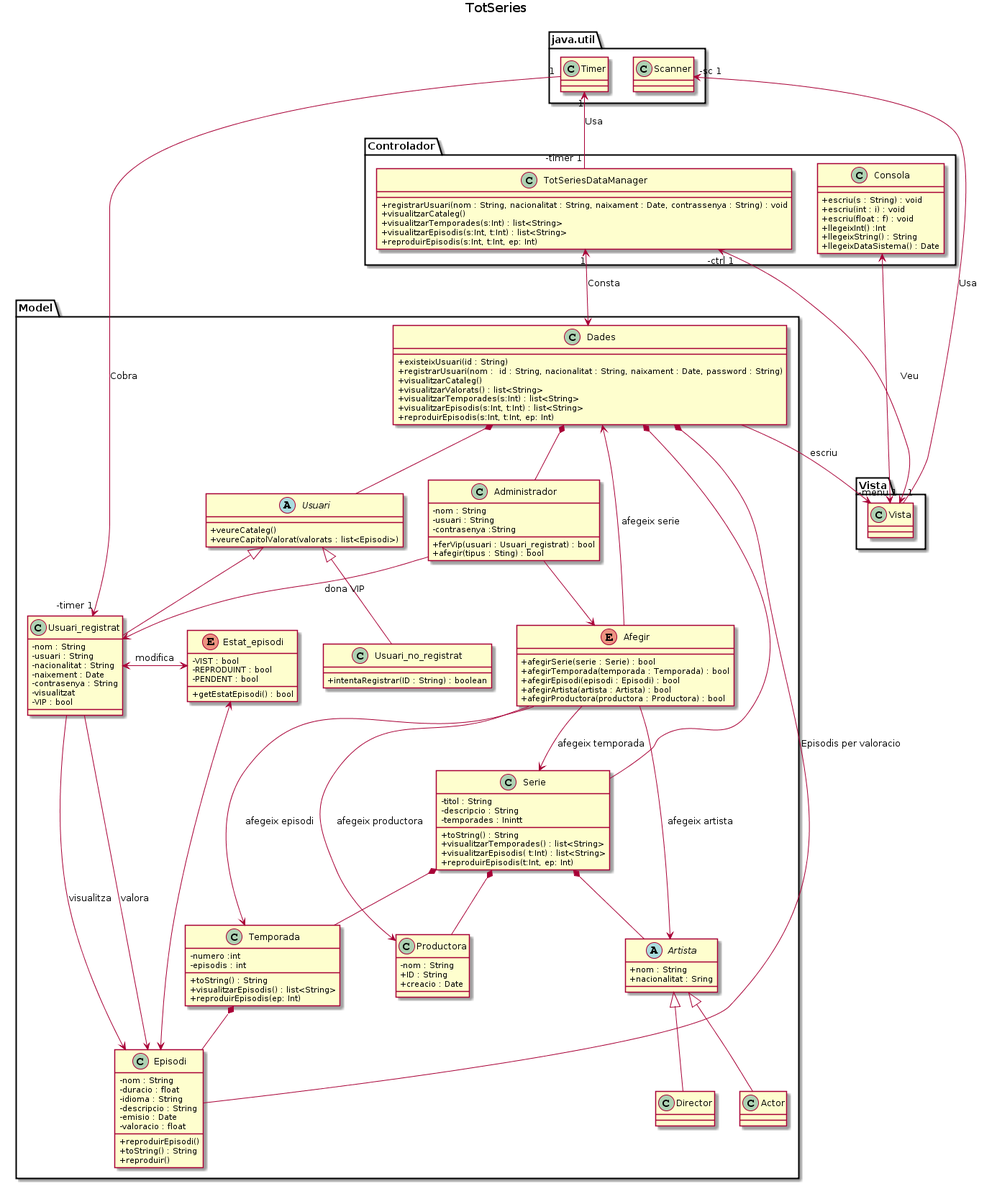
Above: Lab5/GrupA_BergantiñosAngelDiazFranciscoL1b/DCD/DCD.png in Ralleg314/DS (PlantUML), before the change.
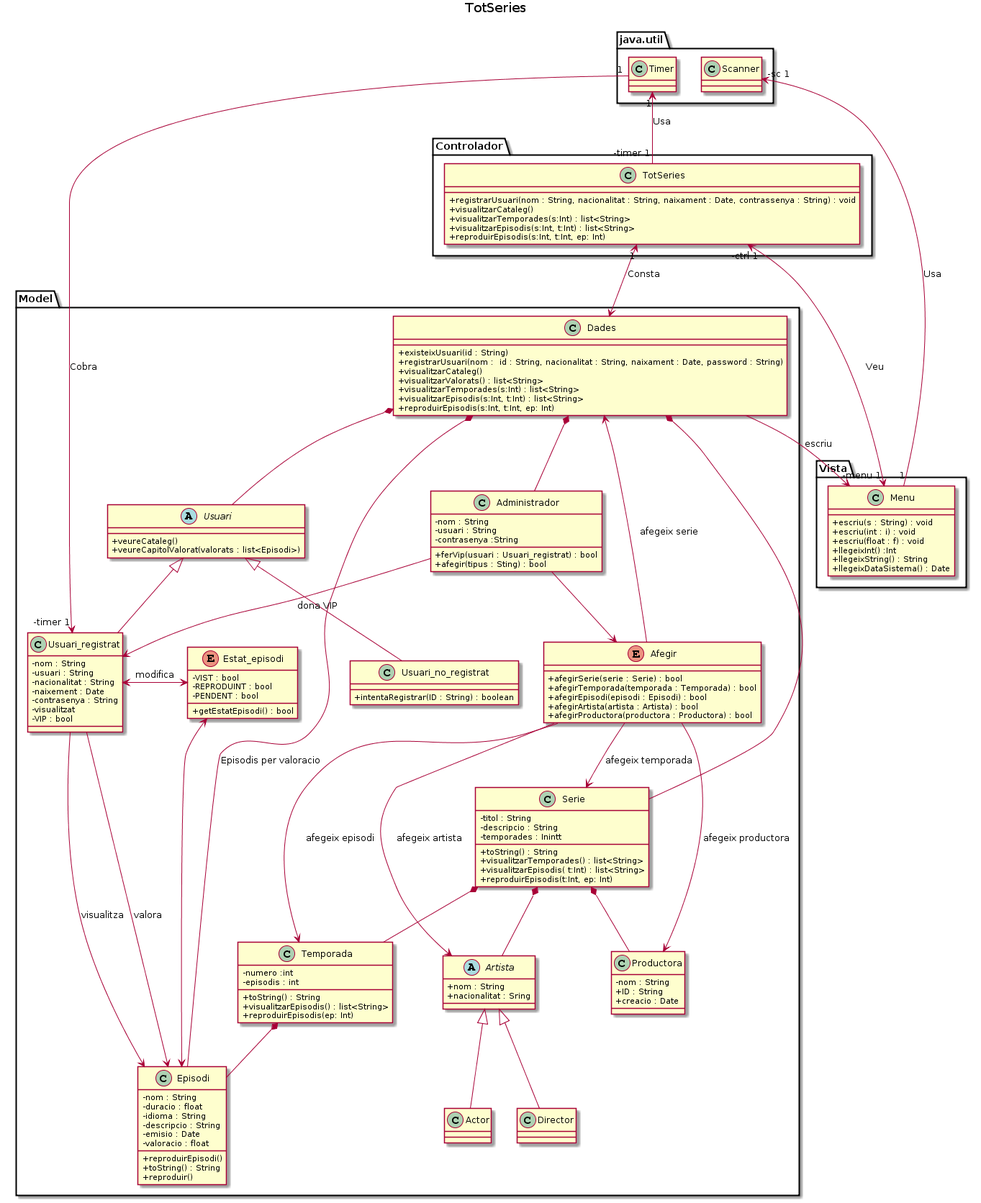
The same diagram one commit later.

The edit, as a diff of the source:
```diff
@@ -8,26 +8,23 @@
 }
 
 namespace Vista {
-    class Vista {
-    }
-}
-
-namespace Controlador {
-    class TotSeriesDataManager{
-        + registrarUsuari(nom : String, nacionalitat : String, naixament : Date, contrassenya : String) : void
-        +visualitzarCataleg()
-        +visualitzarTemporades(s:Int) : list<String>
-        +visualitzarEpisodis(s:Int, t:Int) : list<String>
-        +reproduirEpisodis(s:Int, t:Int, ep: Int)
-    }
-
-    class Consola{
+    class Menu {
         + escriu(s : String) : void
         + escriu(int : i) : void
         + escriu(float : f) : void
         +llegeixInt() :Int
         +llegeixString() : String
         +llegeixDataSistema() : Date
+    }
+}
+
+namespace Controlador {
+    class TotSeries {
+        + registrarUsuari(nom : String, nacionalitat : String, naixament : Date, contrassenya : String) : void
+        +visualitzarCataleg()
+        +visualitzarTemporades(s:Int) : list<String>
+        +visualitzarEpisodis(s:Int, t:Int) : list<String>
+        +reproduirEpisodis(s:Int, t:Int, ep: Int)
     }
 }
 namespace Model {
@@ -162,11 +159,10 @@
     Artista <|-- Director
 }
 
-Controlador.Consola <-> Vista.Vista
-Controlador.TotSeriesDataManager "1" <->  Model.Dades : Consta
-Controlador.TotSeriesDataManager "-ctrl 1" <-> "-menu 1" Vista.Vista : Veu
-Model.Dades -> Vista.Vista : escriu
-java.util.Timer "1" <- "-timer 1" Controlador.TotSeriesDataManager : Usa
+Controlador.TotSeries "1" <->  Model.Dades : Consta
+Controlador.TotSeries "-ctrl 1" <-> "-menu 1" Vista.Menu : Veu
+Model.Dades -> Vista.Menu : escriu
+java.util.Timer "1" <- "-timer 1" Controlador.TotSeries : Usa
 java.util.Timer "1" -> "-timer 1" Model.Usuari_registrat : Cobra
-java.util.Scanner "-sc 1" <- "1" Vista.Vista : Usa
+java.util.Scanner "-sc 1" <- "1" Vista.Menu : Usa
 @enduml
```
